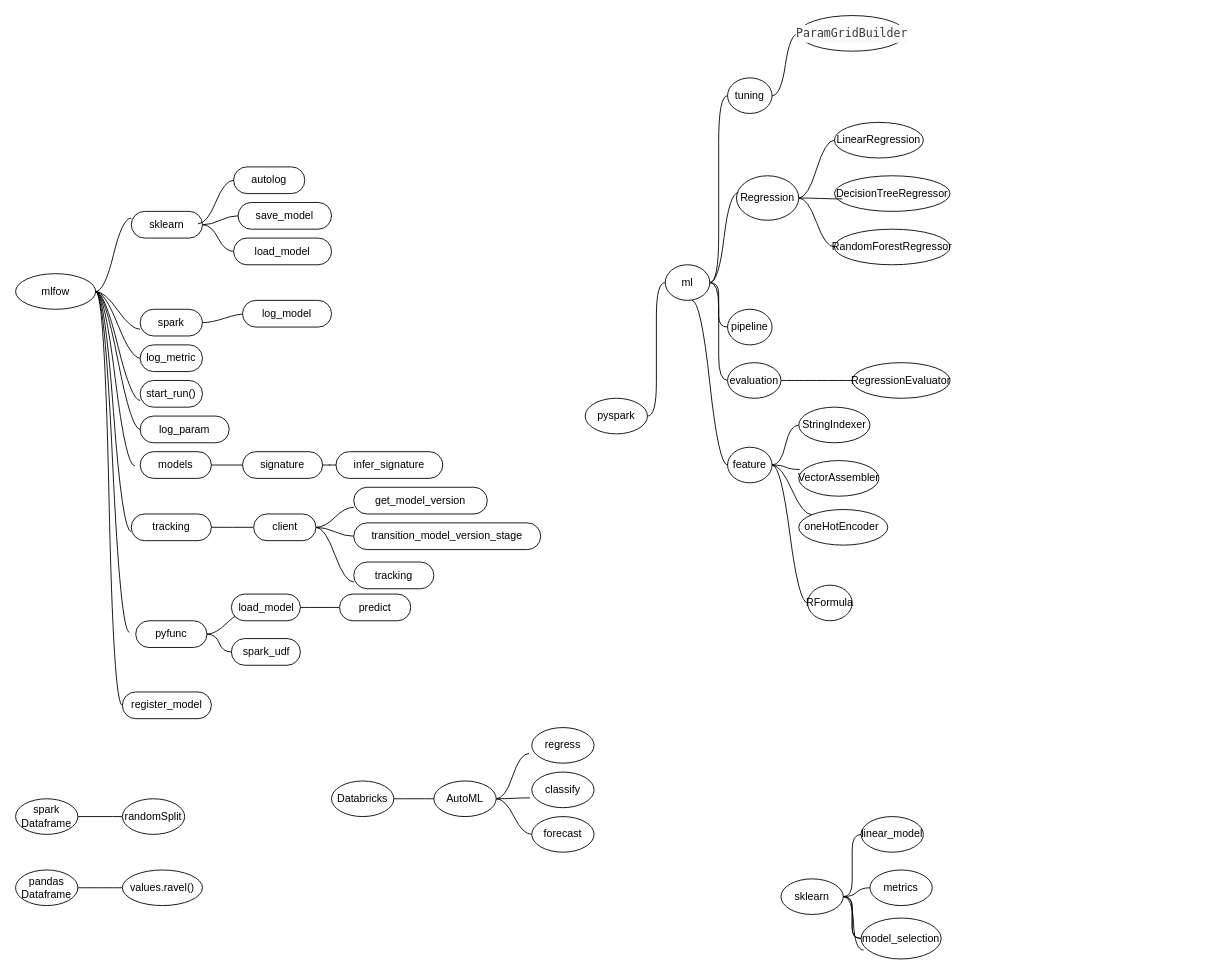
Before: Libraries.drawio in sajinvk/DBRICKS-MLOPS-Associate, a draw.io diagram. Source tidied: cells renumbered, new cells numbered last; positions are measured from the earlier drawing's top-left corner, leaving out a move shared by most shapes. Both pictures are drawn from the tidied source at 89%, with x=0, y=0 at pixel (15, 15).
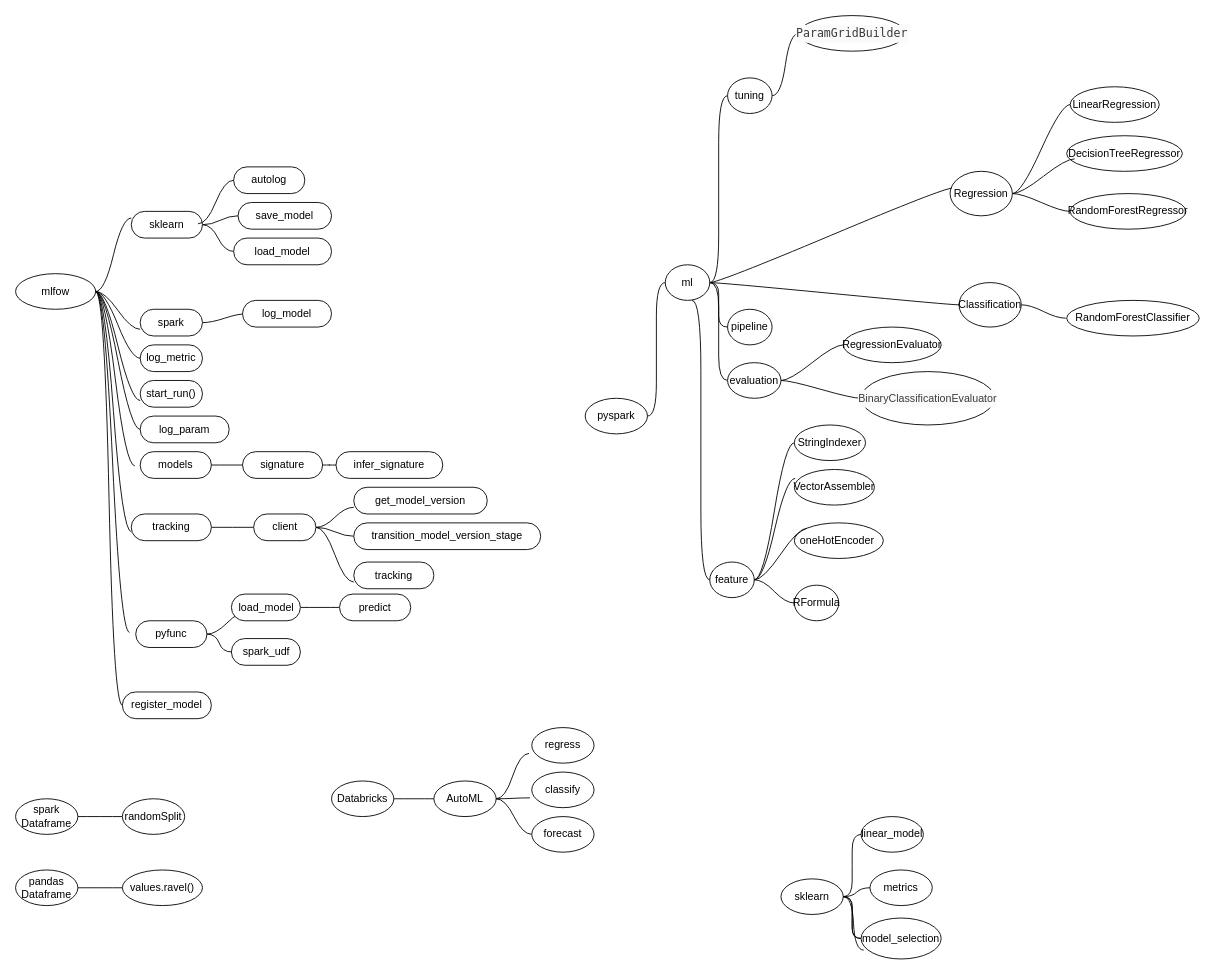
After the change.

The change refers to these unchanged cells:
```xml
<mxCell id="52" value="ml" style="ellipse;whiteSpace=wrap;html=1;align=center;newEdgeStyle={&quot;edgeStyle&quot;:&quot;entityRelationEdgeStyle&quot;,&quot;startArrow&quot;:&quot;none&quot;,&quot;endArrow&quot;:&quot;none&quot;,&quot;segment&quot;:10,&quot;curved&quot;:1,&quot;sourcePerimeterSpacing&quot;:0,&quot;targetPerimeterSpacing&quot;:0};" parent="1" vertex="1" collapsed="1">
  <mxGeometry x="730" y="280" width="50" height="40" as="geometry" />
</mxCell>
<mxCell id="62" value="evaluation" style="ellipse;whiteSpace=wrap;html=1;align=center;newEdgeStyle={&quot;edgeStyle&quot;:&quot;entityRelationEdgeStyle&quot;,&quot;startArrow&quot;:&quot;none&quot;,&quot;endArrow&quot;:&quot;none&quot;,&quot;segment&quot;:10,&quot;curved&quot;:1,&quot;sourcePerimeterSpacing&quot;:0,&quot;targetPerimeterSpacing&quot;:0};" parent="1" vertex="1" collapsed="1">
  <mxGeometry x="800" y="390" width="60" height="40" as="geometry" />
</mxCell>
```

The edit, as a diff of the source:
```diff
@@
+    <mxCell id="102" style="edgeStyle=entityRelationEdgeStyle;rounded=0;jettySize=auto;html=1;startArrow=none;endArrow=none;segment=10;curved=1;sourcePerimeterSpacing=0;targetPerimeterSpacing=0;entryX=0;entryY=0.5;entryDx=0;entryDy=0;" parent="1" edge="1" source="52" target="105">
+      <mxGeometry relative="1" as="geometry" />
+    </mxCell>
@@
     <mxCell id="55" value="Regression" style="ellipse;whiteSpace=wrap;html=1;align=center;newEdgeStyle={&quot;edgeStyle&quot;:&quot;entityRelationEdgeStyle&quot;,&quot;startArrow&quot;:&quot;none&quot;,&quot;endArrow&quot;:&quot;none&quot;,&quot;segment&quot;:10,&quot;curved&quot;:1,&quot;sourcePerimeterSpacing&quot;:0,&quot;targetPerimeterSpacing&quot;:0};" parent="1" vertex="1" collapsed="1">
-      <mxGeometry x="810" y="180" width="70" height="50" as="geometry" />
+      <mxGeometry x="1050" y="175" width="70" height="50" as="geometry" />
     </mxCell>
@@
     <mxCell id="60" value="feature" style="ellipse;whiteSpace=wrap;html=1;align=center;newEdgeStyle={&quot;edgeStyle&quot;:&quot;entityRelationEdgeStyle&quot;,&quot;startArrow&quot;:&quot;none&quot;,&quot;endArrow&quot;:&quot;none&quot;,&quot;segment&quot;:10,&quot;curved&quot;:1,&quot;sourcePerimeterSpacing&quot;:0,&quot;targetPerimeterSpacing&quot;:0};" parent="1" vertex="1" collapsed="1">
-      <mxGeometry x="800" y="485" width="50" height="40" as="geometry" />
+      <mxGeometry x="780" y="614" width="50" height="40" as="geometry" />
     </mxCell>
-    <mxCell id="61" style="edgeStyle=entityRelationEdgeStyle;rounded=0;jettySize=auto;html=1;startArrow=none;endArrow=none;segment=10;curved=1;sourcePerimeterSpacing=0;targetPerimeterSpacing=0;" parent="1" edge="1" source="62">
+    <mxCell id="61" style="edgeStyle=entityRelationEdgeStyle;rounded=0;jettySize=auto;html=1;startArrow=none;endArrow=none;segment=10;curved=1;sourcePerimeterSpacing=0;targetPerimeterSpacing=0;entryX=0;entryY=0.5;entryDx=0;entryDy=0;" parent="1" edge="1" source="62" target="66">
       <mxGeometry relative="1" as="geometry">
-        <mxPoint x="940" y="410" as="targetPoint" />
+        <Array as="points">
+          <mxPoint x="930" y="370" />
+        </Array>
       </mxGeometry>
     </mxCell>
+    <mxCell id="103" style="edgeStyle=entityRelationEdgeStyle;rounded=0;jettySize=auto;html=1;startArrow=none;endArrow=none;segment=10;curved=1;sourcePerimeterSpacing=0;targetPerimeterSpacing=0;entryX=0;entryY=0.5;entryDx=0;entryDy=0;" parent="1" edge="1" source="62" target="107">
+      <mxGeometry relative="1" as="geometry" />
+    </mxCell>
@@
     <mxCell id="63" value="LinearRegression" style="ellipse;whiteSpace=wrap;html=1;align=center;newEdgeStyle={&quot;edgeStyle&quot;:&quot;entityRelationEdgeStyle&quot;,&quot;startArrow&quot;:&quot;none&quot;,&quot;endArrow&quot;:&quot;none&quot;,&quot;segment&quot;:10,&quot;curved&quot;:1,&quot;sourcePerimeterSpacing&quot;:0,&quot;targetPerimeterSpacing&quot;:0};" parent="1" vertex="1" collapsed="1">
-      <mxGeometry x="920" y="120" width="100" height="40" as="geometry" />
+      <mxGeometry x="1185" y="80" width="100" height="40" as="geometry" />
     </mxCell>
     <mxCell id="64" value="DecisionTreeRegressor" style="ellipse;whiteSpace=wrap;html=1;align=center;newEdgeStyle={&quot;edgeStyle&quot;:&quot;entityRelationEdgeStyle&quot;,&quot;startArrow&quot;:&quot;none&quot;,&quot;endArrow&quot;:&quot;none&quot;,&quot;segment&quot;:10,&quot;curved&quot;:1,&quot;sourcePerimeterSpacing&quot;:0,&quot;targetPerimeterSpacing&quot;:0};" parent="1" vertex="1" collapsed="1">
-      <mxGeometry x="920" y="180" width="130" height="40" as="geometry" />
+      <mxGeometry x="1181" y="135" width="130" height="40" as="geometry" />
     </mxCell>
     <mxCell id="65" value="RandomForestRegressor" style="ellipse;whiteSpace=wrap;html=1;align=center;newEdgeStyle={&quot;edgeStyle&quot;:&quot;entityRelationEdgeStyle&quot;,&quot;startArrow&quot;:&quot;none&quot;,&quot;endArrow&quot;:&quot;none&quot;,&quot;segment&quot;:10,&quot;curved&quot;:1,&quot;sourcePerimeterSpacing&quot;:0,&quot;targetPerimeterSpacing&quot;:0};" parent="1" vertex="1" collapsed="1">
-      <mxGeometry x="920" y="240" width="130" height="40" as="geometry" />
+      <mxGeometry x="1185" y="200" width="130" height="40" as="geometry" />
     </mxCell>
     <mxCell id="66" value="RegressionEvaluator" style="ellipse;whiteSpace=wrap;html=1;align=center;newEdgeStyle={&quot;edgeStyle&quot;:&quot;entityRelationEdgeStyle&quot;,&quot;startArrow&quot;:&quot;none&quot;,&quot;endArrow&quot;:&quot;none&quot;,&quot;segment&quot;:10,&quot;curved&quot;:1,&quot;sourcePerimeterSpacing&quot;:0,&quot;targetPerimeterSpacing&quot;:0};" parent="1" vertex="1" collapsed="1">
-      <mxGeometry x="940" y="390" width="110" height="40" as="geometry" />
+      <mxGeometry x="930" y="350" width="110" height="40" as="geometry" />
     </mxCell>
     <mxCell id="67" value="RFormula" style="ellipse;whiteSpace=wrap;html=1;align=center;newEdgeStyle={&quot;edgeStyle&quot;:&quot;entityRelationEdgeStyle&quot;,&quot;startArrow&quot;:&quot;none&quot;,&quot;endArrow&quot;:&quot;none&quot;,&quot;segment&quot;:10,&quot;curved&quot;:1,&quot;sourcePerimeterSpacing&quot;:0,&quot;targetPerimeterSpacing&quot;:0};" parent="1" vertex="1" collapsed="1">
-      <mxGeometry x="890" y="640" width="50" height="40" as="geometry" />
+      <mxGeometry x="875" y="640" width="50" height="40" as="geometry" />
     </mxCell>
@@
     <mxCell id="95" value="StringIndexer" style="ellipse;whiteSpace=wrap;html=1;align=center;newEdgeStyle={&quot;edgeStyle&quot;:&quot;entityRelationEdgeStyle&quot;,&quot;startArrow&quot;:&quot;none&quot;,&quot;endArrow&quot;:&quot;none&quot;,&quot;segment&quot;:10,&quot;curved&quot;:1,&quot;sourcePerimeterSpacing&quot;:0,&quot;targetPerimeterSpacing&quot;:0};" parent="1" vertex="1" collapsed="1">
-      <mxGeometry x="880" y="440" width="80" height="40" as="geometry" />
+      <mxGeometry x="875" y="460" width="80" height="40" as="geometry" />
     </mxCell>
     <mxCell id="96" value="VectorAssembler" style="ellipse;whiteSpace=wrap;html=1;align=center;newEdgeStyle={&quot;edgeStyle&quot;:&quot;entityRelationEdgeStyle&quot;,&quot;startArrow&quot;:&quot;none&quot;,&quot;endArrow&quot;:&quot;none&quot;,&quot;segment&quot;:10,&quot;curved&quot;:1,&quot;sourcePerimeterSpacing&quot;:0,&quot;targetPerimeterSpacing&quot;:0};" parent="1" vertex="1" collapsed="1">
-      <mxGeometry x="880" y="500" width="90" height="40" as="geometry" />
+      <mxGeometry x="875" y="510" width="90" height="40" as="geometry" />
     </mxCell>
     <mxCell id="97" value="oneHotEncoder&amp;nbsp;" style="ellipse;whiteSpace=wrap;html=1;align=center;newEdgeStyle={&quot;edgeStyle&quot;:&quot;entityRelationEdgeStyle&quot;,&quot;startArrow&quot;:&quot;none&quot;,&quot;endArrow&quot;:&quot;none&quot;,&quot;segment&quot;:10,&quot;curved&quot;:1,&quot;sourcePerimeterSpacing&quot;:0,&quot;targetPerimeterSpacing&quot;:0};" parent="1" vertex="1" collapsed="1">
-      <mxGeometry x="880" y="555" width="100" height="40" as="geometry" />
+      <mxGeometry x="875" y="570" width="100" height="40" as="geometry" />
     </mxCell>
@@
+    <mxCell id="104" style="edgeStyle=entityRelationEdgeStyle;rounded=0;jettySize=auto;html=1;startArrow=none;endArrow=none;segment=10;curved=1;sourcePerimeterSpacing=0;targetPerimeterSpacing=0;" parent="1" edge="1" source="105">
+      <mxGeometry relative="1" as="geometry">
+        <mxPoint x="1180" y="340" as="targetPoint" />
+      </mxGeometry>
+    </mxCell>
+    <mxCell id="105" value="Classification" style="ellipse;whiteSpace=wrap;html=1;align=center;newEdgeStyle={&quot;edgeStyle&quot;:&quot;entityRelationEdgeStyle&quot;,&quot;startArrow&quot;:&quot;none&quot;,&quot;endArrow&quot;:&quot;none&quot;,&quot;segment&quot;:10,&quot;curved&quot;:1,&quot;sourcePerimeterSpacing&quot;:0,&quot;targetPerimeterSpacing&quot;:0};" parent="1" vertex="1" collapsed="1">
+      <mxGeometry x="1060" y="300" width="70" height="50" as="geometry" />
+    </mxCell>
+    <mxCell id="106" value="RandomForestClassifier" style="ellipse;whiteSpace=wrap;html=1;align=center;newEdgeStyle={&quot;edgeStyle&quot;:&quot;entityRelationEdgeStyle&quot;,&quot;startArrow&quot;:&quot;none&quot;,&quot;endArrow&quot;:&quot;none&quot;,&quot;segment&quot;:10,&quot;curved&quot;:1,&quot;sourcePerimeterSpacing&quot;:0,&quot;targetPerimeterSpacing&quot;:0};" parent="1" vertex="1" collapsed="1">
+      <mxGeometry x="1181" y="320" width="149" height="40" as="geometry" />
+    </mxCell>
+    <mxCell id="107" value="&lt;div style=&quot;color: rgb(59, 59, 59); background-color: rgb(250, 250, 250); line-height: 20px;&quot;&gt;&lt;font face=&quot;Helvetica&quot; style=&quot;font-size: 12px;&quot;&gt;BinaryClassificationEvaluator&lt;/font&gt;&lt;/div&gt;" style="ellipse;whiteSpace=wrap;html=1;align=center;newEdgeStyle={&quot;edgeStyle&quot;:&quot;entityRelationEdgeStyle&quot;,&quot;startArrow&quot;:&quot;none&quot;,&quot;endArrow&quot;:&quot;none&quot;,&quot;segment&quot;:10,&quot;curved&quot;:1,&quot;sourcePerimeterSpacing&quot;:0,&quot;targetPerimeterSpacing&quot;:0};" parent="1" vertex="1" collapsed="1">
+      <mxGeometry x="950" y="400" width="150" height="60" as="geometry" />
+    </mxCell>
```
